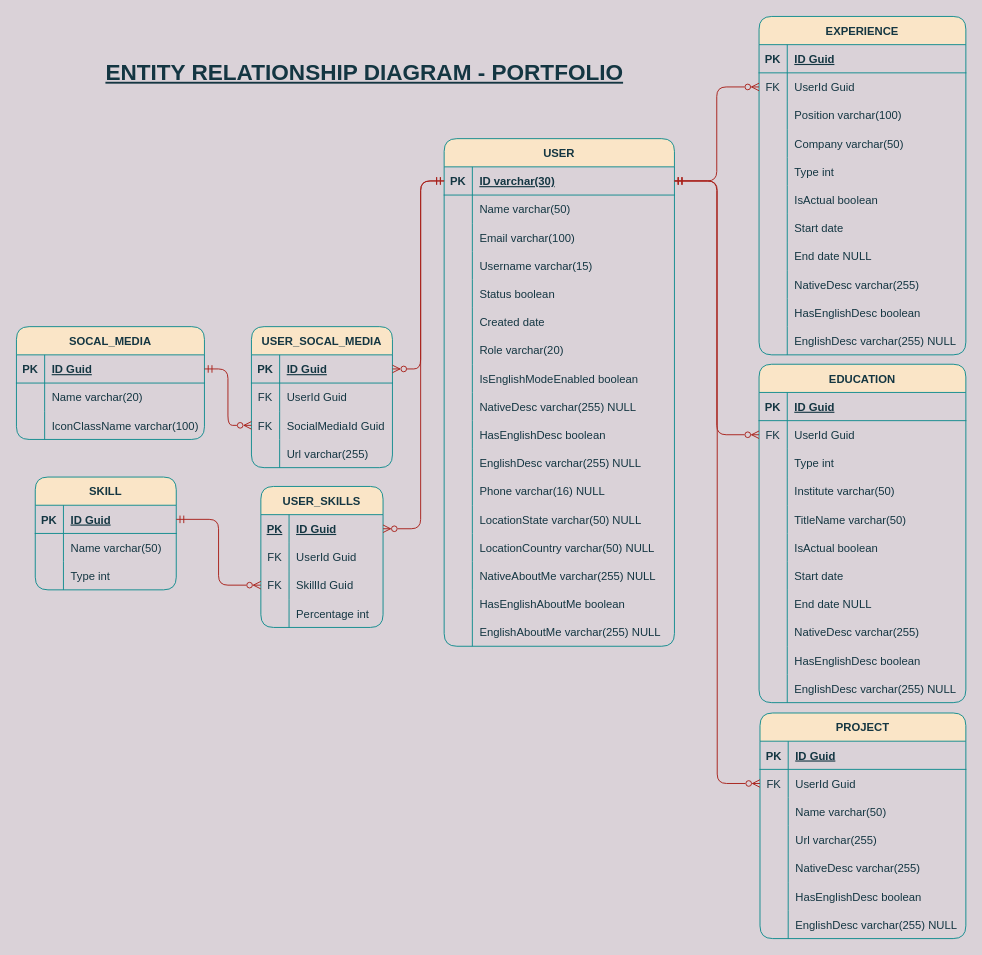
Earlier version of the draw.io diagram Database/Entity Relationship Diagram.drawio (tiagoramirez/portfolio-backend-dotnet). Source tidied: cells renumbered, new cells numbered last; positions are measured from the earlier drawing's top-left corner, leaving out a move shared by most shapes. Both pictures are drawn from the tidied source at 94%, with x=0, y=0 at pixel (16, 16).
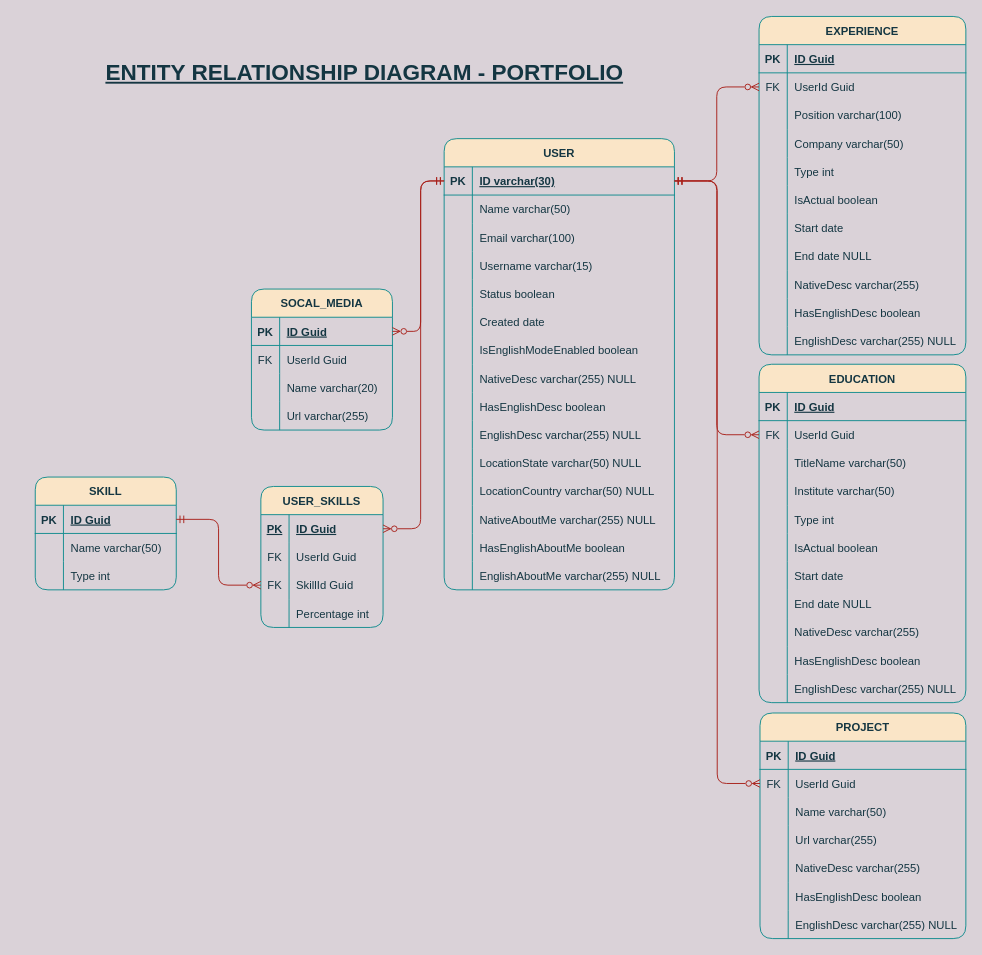
The same page after the edit.

The change refers to these unchanged cells:
```xml
<mxCell id="92" style="shape=partialRectangle;fillColor=none;top=0;left=0;bottom=1;right=0;points=[[0,0.5],[1,0.5]];portConstraint=eastwest;strokeColor=#0F8B8D;fontColor=#143642;rounded=1;labelBackgroundColor=none;" parent="91" vertex="1">
  <mxGeometry y="30" width="245" height="30" as="geometry" />
</mxCell>
<mxCell id="145" style="shape=partialRectangle;fillColor=none;top=0;left=0;bottom=1;right=0;points=[[0,0.5],[1,0.5]];portConstraint=eastwest;strokeColor=#0F8B8D;fontColor=#143642;rounded=1;labelBackgroundColor=none;" parent="144" vertex="1">
  <mxGeometry y="30" width="150" height="30" as="geometry" />
</mxCell>
<mxCell id="151" style="shape=partialRectangle;fillColor=none;top=0;left=0;bottom=0;right=0;points=[[0,0.5],[1,0.5]];portConstraint=eastwest;strokeColor=#0F8B8D;fontColor=#143642;rounded=1;labelBackgroundColor=none;" parent="144" vertex="1">
  <mxGeometry y="90" width="150" height="30" as="geometry" />
</mxCell>
<mxCell id="162" value="EDUCATION" style="shape=table;startSize=30;childLayout=tableLayout;rowLines=0;fontStyle=1;align=center;fillColor=#FAE5C7;strokeColor=#0F8B8D;fontColor=#143642;rounded=1;labelBackgroundColor=none;" parent="1" vertex="1">
  <mxGeometry x="790" y="370" width="220" height="360" as="geometry" />
</mxCell>
```

The edit, as a diff of the source:
```diff
@@
-    <mxCell id="59" value="SOCAL_MEDIA" style="shape=table;startSize=30;childLayout=tableLayout;rowLines=0;fontStyle=1;align=center;fillColor=#FAE5C7;strokeColor=#0F8B8D;fontColor=#143642;rounded=1;labelBackgroundColor=none;" parent="1" vertex="1">
-      <mxGeometry y="330" width="200" height="120" as="geometry" />
-    </mxCell>
-    <mxCell id="60" style="shape=partialRectangle;fillColor=none;top=0;left=0;bottom=1;right=0;points=[[0,0.5],[1,0.5]];portConstraint=eastwest;strokeColor=#0F8B8D;fontColor=#143642;rounded=1;labelBackgroundColor=none;" parent="59" vertex="1">
-      <mxGeometry y="30" width="200" height="30" as="geometry" />
-    </mxCell>
-    <mxCell id="61" value="PK" style="shape=partialRectangle;fillColor=none;top=0;left=0;bottom=0;right=0;fontStyle=1;overflow=hidden;strokeColor=#0F8B8D;fontColor=#143642;rounded=1;labelBackgroundColor=none;" parent="60" vertex="1">
-      <mxGeometry width="30" height="30" as="geometry" />
-    </mxCell>
-    <mxCell id="62" value="ID Guid" style="shape=partialRectangle;fillColor=none;top=0;left=0;bottom=0;right=0;align=left;spacingLeft=6;fontStyle=5;overflow=hidden;strokeColor=#0F8B8D;fontColor=#143642;rounded=1;labelBackgroundColor=none;" parent="60" vertex="1">
-      <mxGeometry x="30" width="170" height="30" as="geometry" />
-    </mxCell>
-    <mxCell id="63" style="shape=partialRectangle;fillColor=none;top=0;left=0;bottom=0;right=0;strokeColor=#0F8B8D;fontColor=#143642;rounded=1;labelBackgroundColor=none;" parent="59" vertex="1">
-      <mxGeometry y="60" width="200" height="30" as="geometry" />
-    </mxCell>
-    <mxCell id="64" style="shape=partialRectangle;fillColor=none;top=0;left=0;bottom=0;right=0;fontStyle=0;overflow=hidden;strokeColor=#0F8B8D;fontColor=#143642;rounded=1;labelBackgroundColor=none;" parent="63" vertex="1">
-      <mxGeometry width="30" height="30" as="geometry" />
-    </mxCell>
-    <mxCell id="65" value="Name varchar(20)" style="shape=partialRectangle;fillColor=none;top=0;left=0;bottom=0;right=0;align=left;spacingLeft=6;fontStyle=0;overflow=hidden;strokeColor=#0F8B8D;fontColor=#143642;rounded=1;labelBackgroundColor=none;" parent="63" vertex="1">
-      <mxGeometry x="30" width="170" height="30" as="geometry" />
-    </mxCell>
-    <mxCell id="66" style="shape=partialRectangle;fillColor=none;top=0;left=0;bottom=0;right=0;strokeColor=#0F8B8D;fontColor=#143642;rounded=1;labelBackgroundColor=none;" parent="59" vertex="1">
-      <mxGeometry y="90" width="200" height="30" as="geometry" />
-    </mxCell>
-    <mxCell id="67" style="shape=partialRectangle;fillColor=none;top=0;left=0;bottom=0;right=0;overflow=hidden;strokeColor=#0F8B8D;fontColor=#143642;rounded=1;labelBackgroundColor=none;" parent="66" vertex="1">
-      <mxGeometry width="30" height="30" as="geometry" />
-    </mxCell>
-    <mxCell id="68" value="IconClassName varchar(100)" style="shape=partialRectangle;fillColor=none;top=0;left=0;bottom=0;right=0;align=left;spacingLeft=6;overflow=hidden;strokeColor=#0F8B8D;fontColor=#143642;rounded=1;labelBackgroundColor=none;" parent="66" vertex="1">
-      <mxGeometry x="30" width="170" height="30" as="geometry" />
-    </mxCell>
@@
     <mxCell id="91" value="USER" style="shape=table;startSize=30;childLayout=tableLayout;rowLines=0;fontStyle=1;align=center;fillColor=#FAE5C7;strokeColor=#0F8B8D;fontColor=#143642;rounded=1;labelBackgroundColor=none;" parent="1" vertex="1">
-      <mxGeometry x="455" y="130" width="245" height="540" as="geometry" />
+      <mxGeometry x="455" y="130" width="245" height="480" as="geometry" />
     </mxCell>
@@
-    <mxCell id="110" style="shape=partialRectangle;fillColor=none;top=0;left=0;bottom=0;right=0;strokeColor=#0F8B8D;fontColor=#143642;rounded=1;labelBackgroundColor=none;" parent="91" vertex="1">
-      <mxGeometry y="210" width="245" height="30" as="geometry" />
-    </mxCell>
-    <mxCell id="111" style="shape=partialRectangle;fillColor=none;top=0;left=0;bottom=0;right=0;overflow=hidden;strokeColor=#0F8B8D;fontColor=#143642;rounded=1;labelBackgroundColor=none;" parent="110" vertex="1">
-      <mxGeometry width="30" height="30" as="geometry" />
-    </mxCell>
-    <mxCell id="112" value="Role varchar(20)" style="shape=partialRectangle;fillColor=none;top=0;left=0;bottom=0;right=0;align=left;spacingLeft=6;overflow=hidden;strokeColor=#0F8B8D;fontColor=#143642;rounded=1;labelBackgroundColor=none;" parent="110" vertex="1">
-      <mxGeometry x="30" width="215" height="30" as="geometry" />
-    </mxCell>
     <mxCell id="113" style="shape=partialRectangle;fillColor=none;top=0;left=0;bottom=0;right=0;strokeColor=#0F8B8D;fontColor=#143642;rounded=1;labelBackgroundColor=none;" parent="91" vertex="1">
-      <mxGeometry y="240" width="245" height="30" as="geometry" />
+      <mxGeometry y="210" width="245" height="30" as="geometry" />
     </mxCell>
@@
     <mxCell id="116" style="shape=partialRectangle;fillColor=none;top=0;left=0;bottom=0;right=0;strokeColor=#0F8B8D;fontColor=#143642;rounded=1;labelBackgroundColor=none;" parent="91" vertex="1">
-      <mxGeometry y="270" width="245" height="30" as="geometry" />
+      <mxGeometry y="240" width="245" height="30" as="geometry" />
     </mxCell>
@@
     <mxCell id="119" style="shape=partialRectangle;fillColor=none;top=0;left=0;bottom=0;right=0;strokeColor=#0F8B8D;fontColor=#143642;rounded=1;labelBackgroundColor=none;" parent="91" vertex="1">
-      <mxGeometry y="300" width="245" height="30" as="geometry" />
+      <mxGeometry y="270" width="245" height="30" as="geometry" />
     </mxCell>
@@
     <mxCell id="122" style="shape=partialRectangle;fillColor=none;top=0;left=0;bottom=0;right=0;strokeColor=#0F8B8D;fontColor=#143642;rounded=1;labelBackgroundColor=none;" parent="91" vertex="1">
-      <mxGeometry y="330" width="245" height="30" as="geometry" />
+      <mxGeometry y="300" width="245" height="30" as="geometry" />
     </mxCell>
@@
-    <mxCell id="125" style="shape=partialRectangle;fillColor=none;top=0;left=0;bottom=0;right=0;strokeColor=#0F8B8D;fontColor=#143642;rounded=1;labelBackgroundColor=none;" parent="91" vertex="1">
-      <mxGeometry y="360" width="245" height="30" as="geometry" />
-    </mxCell>
-    <mxCell id="126" style="shape=partialRectangle;fillColor=none;top=0;left=0;bottom=0;right=0;overflow=hidden;strokeColor=#0F8B8D;fontColor=#143642;rounded=1;labelBackgroundColor=none;" parent="125" vertex="1">
-      <mxGeometry width="30" height="30" as="geometry" />
-    </mxCell>
-    <mxCell id="127" value="Phone varchar(16) NULL" style="shape=partialRectangle;fillColor=none;top=0;left=0;bottom=0;right=0;align=left;spacingLeft=6;overflow=hidden;strokeColor=#0F8B8D;fontColor=#143642;rounded=1;labelBackgroundColor=none;" parent="125" vertex="1">
-      <mxGeometry x="30" width="215" height="30" as="geometry" />
-    </mxCell>
     <mxCell id="128" style="shape=partialRectangle;fillColor=none;top=0;left=0;bottom=0;right=0;strokeColor=#0F8B8D;fontColor=#143642;rounded=1;labelBackgroundColor=none;" parent="91" vertex="1">
-      <mxGeometry y="390" width="245" height="30" as="geometry" />
+      <mxGeometry y="330" width="245" height="30" as="geometry" />
     </mxCell>
@@
     <mxCell id="131" style="shape=partialRectangle;fillColor=none;top=0;left=0;bottom=0;right=0;strokeColor=#0F8B8D;fontColor=#143642;rounded=1;labelBackgroundColor=none;" parent="91" vertex="1">
-      <mxGeometry y="420" width="245" height="30" as="geometry" />
+      <mxGeometry y="360" width="245" height="30" as="geometry" />
     </mxCell>
@@
     <mxCell id="134" style="shape=partialRectangle;fillColor=none;top=0;left=0;bottom=0;right=0;strokeColor=#0F8B8D;fontColor=#143642;rounded=1;labelBackgroundColor=none;" parent="91" vertex="1">
-      <mxGeometry y="450" width="245" height="30" as="geometry" />
+      <mxGeometry y="390" width="245" height="30" as="geometry" />
     </mxCell>
@@
     <mxCell id="137" style="shape=partialRectangle;fillColor=none;top=0;left=0;bottom=0;right=0;strokeColor=#0F8B8D;fontColor=#143642;rounded=1;labelBackgroundColor=none;" parent="91" vertex="1">
-      <mxGeometry y="480" width="245" height="30" as="geometry" />
+      <mxGeometry y="420" width="245" height="30" as="geometry" />
     </mxCell>
@@
     <mxCell id="140" style="shape=partialRectangle;fillColor=none;top=0;left=0;bottom=0;right=0;strokeColor=#0F8B8D;fontColor=#143642;rounded=1;labelBackgroundColor=none;" parent="91" vertex="1">
-      <mxGeometry y="510" width="245" height="30" as="geometry" />
+      <mxGeometry y="450" width="245" height="30" as="geometry" />
     </mxCell>
@@
-    <mxCell id="144" value="USER_SOCAL_MEDIA" style="shape=table;startSize=30;childLayout=tableLayout;rowLines=0;fontStyle=1;align=center;fillColor=#FAE5C7;strokeColor=#0F8B8D;fontColor=#143642;rounded=1;labelBackgroundColor=none;" parent="1" vertex="1">
-      <mxGeometry x="250" y="330" width="150" height="150" as="geometry" />
+    <mxCell id="144" value="SOCAL_MEDIA" style="shape=table;startSize=30;childLayout=tableLayout;rowLines=0;fontStyle=1;align=center;fillColor=#FAE5C7;strokeColor=#0F8B8D;fontColor=#143642;rounded=1;labelBackgroundColor=none;" parent="1" vertex="1">
+      <mxGeometry x="250" y="290" width="150" height="150" as="geometry" />
     </mxCell>
@@
-    <mxCell id="152" value="FK" style="shape=partialRectangle;fillColor=none;top=0;left=0;bottom=0;right=0;overflow=hidden;strokeColor=#0F8B8D;fontColor=#143642;rounded=1;labelBackgroundColor=none;" parent="151" vertex="1">
-      <mxGeometry width="30" height="30" as="geometry" />
-    </mxCell>
-    <mxCell id="153" value="SocialMediaId Guid" style="shape=partialRectangle;fillColor=none;top=0;left=0;bottom=0;right=0;align=left;spacingLeft=6;overflow=hidden;strokeColor=#0F8B8D;fontColor=#143642;rounded=1;labelBackgroundColor=none;" parent="151" vertex="1">
-      <mxGeometry x="30" width="120" height="30" as="geometry" />
-    </mxCell>
+    <mxCell id="199" style="shape=partialRectangle;fillColor=none;top=0;left=0;bottom=0;right=0;overflow=hidden;strokeColor=#0F8B8D;fontColor=#143642;rounded=1;labelBackgroundColor=none;" parent="151" vertex="1">
+      <mxGeometry width="30" height="30" as="geometry" />
+    </mxCell>
+    <mxCell id="65" value="Name varchar(20)" style="shape=partialRectangle;fillColor=none;top=0;left=0;bottom=0;right=0;align=left;spacingLeft=6;overflow=hidden;strokeColor=#0F8B8D;fontColor=#143642;rounded=1;labelBackgroundColor=none;" parent="151" vertex="1">
+      <mxGeometry x="30" width="120" height="30" as="geometry" />
+    </mxCell>
@@
-    <mxCell id="157" style="edgeStyle=orthogonalEdgeStyle;rounded=1;jettySize=auto;html=1;startArrow=ERmandOne;startFill=0;endArrow=ERzeroToMany;endFill=0;strokeColor=#A8201A;fontColor=default;labelBackgroundColor=none;" parent="1" edge="1" source="60" target="151">
-      <mxGeometry relative="1" as="geometry" />
-    </mxCell>
@@
+    <mxCell id="175" style="shape=partialRectangle;fillColor=none;top=0;left=0;bottom=0;right=0;strokeColor=#0F8B8D;fontColor=#143642;rounded=1;labelBackgroundColor=none;" parent="162" vertex="1">
+      <mxGeometry y="90" width="220" height="30" as="geometry" />
+    </mxCell>
+    <mxCell id="176" style="shape=partialRectangle;fillColor=none;top=0;left=0;bottom=0;right=0;overflow=hidden;strokeColor=#0F8B8D;fontColor=#143642;rounded=1;labelBackgroundColor=none;" parent="175" vertex="1">
+      <mxGeometry width="30" height="30" as="geometry" />
+    </mxCell>
+    <mxCell id="177" value="TitleName varchar(50)" style="shape=partialRectangle;fillColor=none;top=0;left=0;bottom=0;right=0;align=left;spacingLeft=6;overflow=hidden;strokeColor=#0F8B8D;fontColor=#143642;rounded=1;labelBackgroundColor=none;" parent="175" vertex="1">
+      <mxGeometry x="30" width="190" height="30" as="geometry" />
+    </mxCell>
+    <mxCell id="172" style="shape=partialRectangle;fillColor=none;top=0;left=0;bottom=0;right=0;strokeColor=#0F8B8D;fontColor=#143642;rounded=1;labelBackgroundColor=none;" parent="162" vertex="1">
+      <mxGeometry y="120" width="220" height="30" as="geometry" />
+    </mxCell>
+    <mxCell id="173" style="shape=partialRectangle;fillColor=none;top=0;left=0;bottom=0;right=0;overflow=hidden;strokeColor=#0F8B8D;fontColor=#143642;rounded=1;labelBackgroundColor=none;" parent="172" vertex="1">
+      <mxGeometry width="30" height="30" as="geometry" />
+    </mxCell>
+    <mxCell id="174" value="Institute varchar(50)" style="shape=partialRectangle;fillColor=none;top=0;left=0;bottom=0;right=0;align=left;spacingLeft=6;overflow=hidden;strokeColor=#0F8B8D;fontColor=#143642;rounded=1;labelBackgroundColor=none;" parent="172" vertex="1">
+      <mxGeometry x="30" width="190" height="30" as="geometry" />
+    </mxCell>
     <mxCell id="169" style="shape=partialRectangle;fillColor=none;top=0;left=0;bottom=0;right=0;strokeColor=#0F8B8D;fontColor=#143642;rounded=1;labelBackgroundColor=none;" parent="162" vertex="1">
-      <mxGeometry y="90" width="220" height="30" as="geometry" />
+      <mxGeometry y="150" width="220" height="30" as="geometry" />
     </mxCell>
@@
-    <mxCell id="172" style="shape=partialRectangle;fillColor=none;top=0;left=0;bottom=0;right=0;strokeColor=#0F8B8D;fontColor=#143642;rounded=1;labelBackgroundColor=none;" parent="162" vertex="1">
-      <mxGeometry y="120" width="220" height="30" as="geometry" />
-    </mxCell>
-    <mxCell id="173" style="shape=partialRectangle;fillColor=none;top=0;left=0;bottom=0;right=0;overflow=hidden;strokeColor=#0F8B8D;fontColor=#143642;rounded=1;labelBackgroundColor=none;" parent="172" vertex="1">
-      <mxGeometry width="30" height="30" as="geometry" />
-    </mxCell>
-    <mxCell id="174" value="Institute varchar(50)" style="shape=partialRectangle;fillColor=none;top=0;left=0;bottom=0;right=0;align=left;spacingLeft=6;overflow=hidden;strokeColor=#0F8B8D;fontColor=#143642;rounded=1;labelBackgroundColor=none;" parent="172" vertex="1">
-      <mxGeometry x="30" width="190" height="30" as="geometry" />
-    </mxCell>
-    <mxCell id="175" style="shape=partialRectangle;fillColor=none;top=0;left=0;bottom=0;right=0;strokeColor=#0F8B8D;fontColor=#143642;rounded=1;labelBackgroundColor=none;" parent="162" vertex="1">
-      <mxGeometry y="150" width="220" height="30" as="geometry" />
-    </mxCell>
-    <mxCell id="176" style="shape=partialRectangle;fillColor=none;top=0;left=0;bottom=0;right=0;overflow=hidden;strokeColor=#0F8B8D;fontColor=#143642;rounded=1;labelBackgroundColor=none;" parent="175" vertex="1">
-      <mxGeometry width="30" height="30" as="geometry" />
-    </mxCell>
-    <mxCell id="177" value="TitleName varchar(50)" style="shape=partialRectangle;fillColor=none;top=0;left=0;bottom=0;right=0;align=left;spacingLeft=6;overflow=hidden;strokeColor=#0F8B8D;fontColor=#143642;rounded=1;labelBackgroundColor=none;" parent="175" vertex="1">
-      <mxGeometry x="30" width="190" height="30" as="geometry" />
-    </mxCell>
@@
     <mxCell id="197" style="edgeStyle=orthogonalEdgeStyle;rounded=1;jettySize=auto;html=1;startArrow=ERmandOne;startFill=0;endArrow=ERzeroToMany;endFill=0;labelBackgroundColor=none;strokeColor=#A8201A;fontColor=default;" parent="1" edge="1" source="92" target="145">
       <mxGeometry relative="1" as="geometry">
         <Array as="points">
           <mxPoint x="430" y="175" />
-          <mxPoint x="430" y="375" />
+          <mxPoint x="430" y="335" />
         </Array>
       </mxGeometry>
     </mxCell>
```
